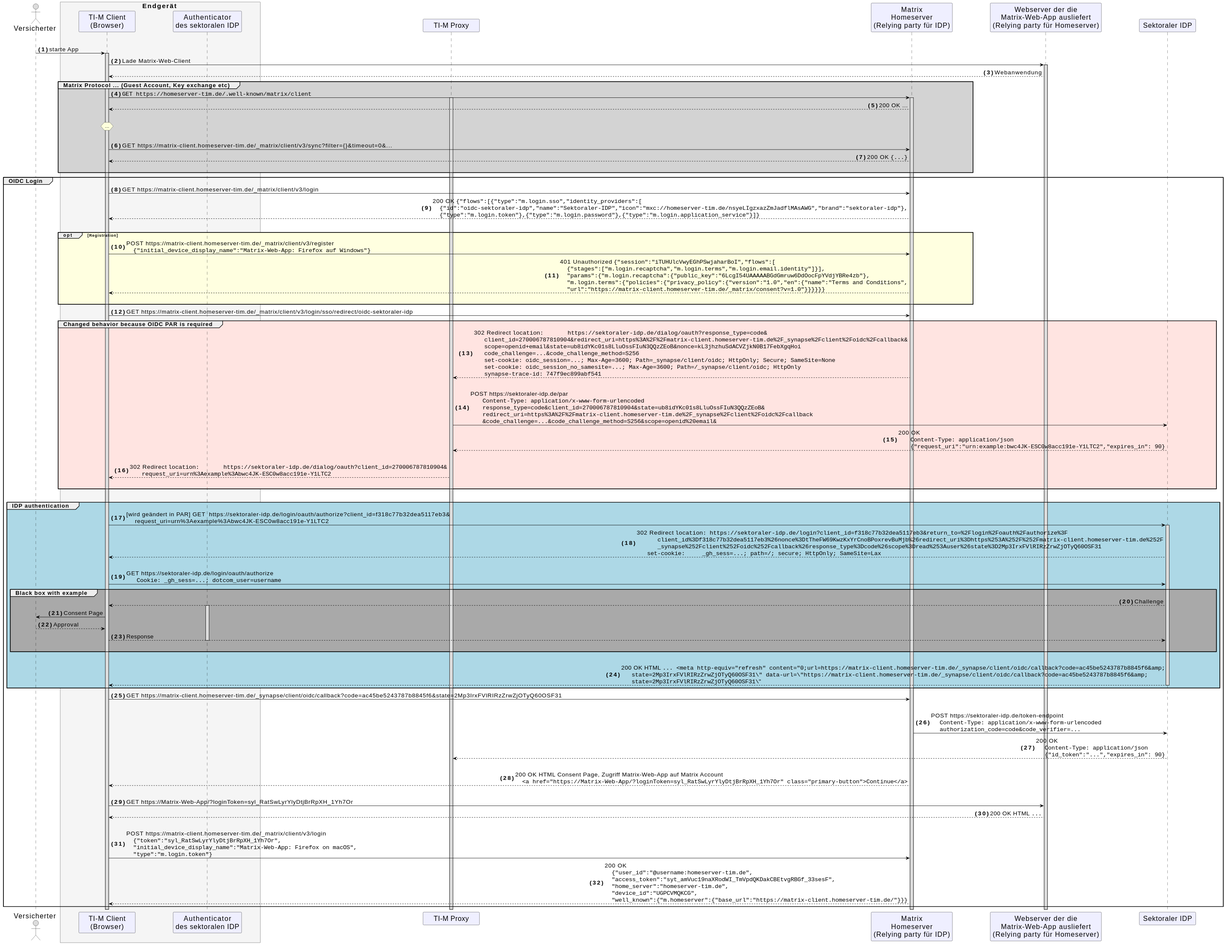
gematik/api-ti-messenger keeps this PlantUML diagram as images/diagrams/TI-Messenger-Dienst/Ressourcen/TI-Messenger_OIDC_Login.svg. Above is the earlier version.
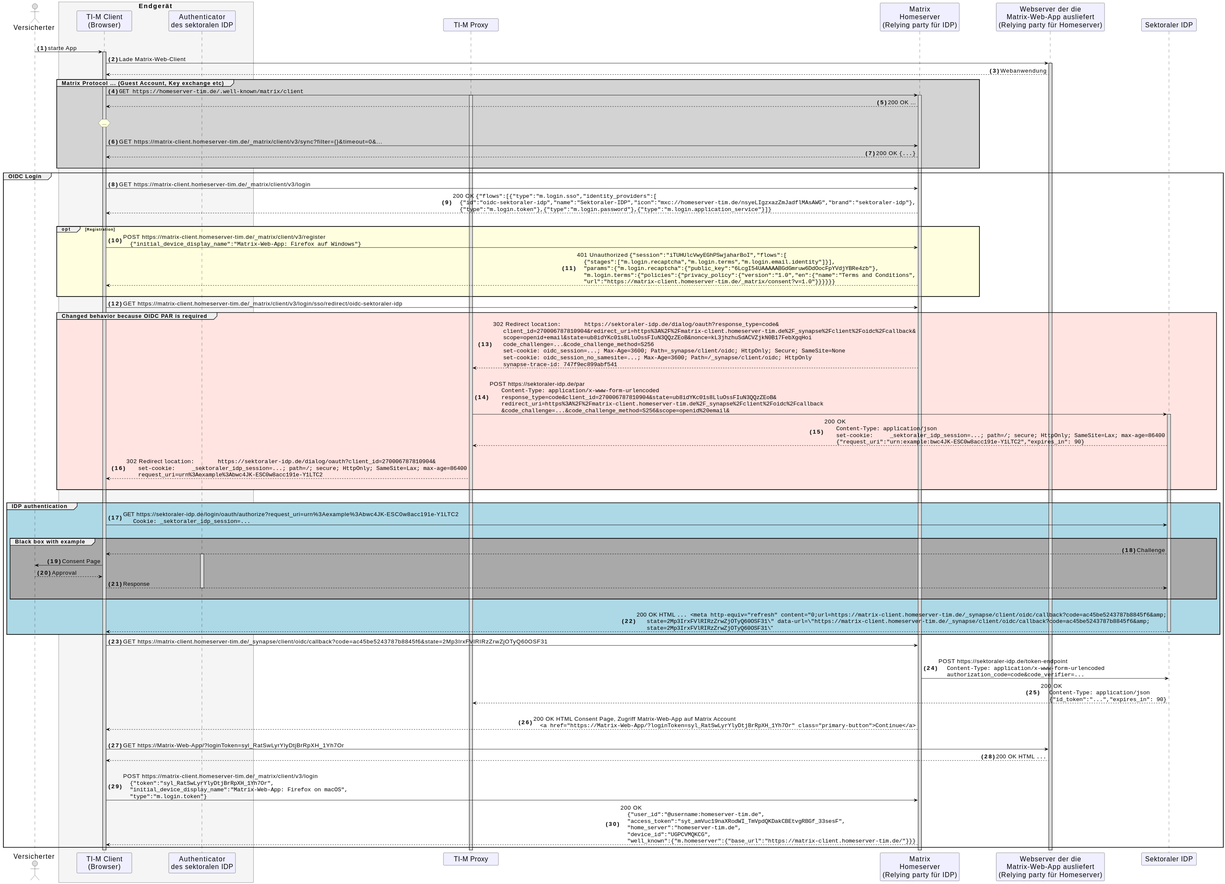
Above is the later version.

Commit message:
Commit from GitHub Actions (GeneratePlantumlImages)

Diff of the diagram source:
```diff
@@ -72,18 +72,16 @@
       hs --> pr: 302 Redirect ""location:	https://sektoraler-idp.de/dialog/oauth?response_type=code&""\n      ""client_id=270006787810904&redirect_uri=https%3A%2F%2Fmatrix-client.homeserver-tim.de%2F_synapse%2Fclient%2Foidc%2Fcallback&""\n      ""scope=openid+email&state=ub8idYKc01s8LluOssFIuN3QQzZEoB&nonce=kL3jhzhuSdACVZjkN0B17FebXgqHoi""\n      ""code_challenge=...&code_challenge_method=S256""\n      ""set-cookie: oidc_session=...; Max-Age=3600; Path=_synapse/client/oidc; HttpOnly; Secure; SameSite=None""\n      ""set-cookie: oidc_session_no_samesite=...; Max-Age=3600; Path=/_synapse/client/oidc; HttpOnly""\n      ""synapse-trace-id: 747f9ec899abf541""
       |||
       pr -> idp: POST https://sektoraler-idp.de/par\n       ""Content-Type: application/x-www-form-urlencoded""\n       ""response_type=code&client_id=270006787810904&state=ub8idYKc01s8LluOssFIuN3QQzZEoB&""\n       ""redirect_uri=https%3A%2F%2Fmatrix-client.homeserver-tim.de%2F_synapse%2Fclient%2Foidc%2Fcallback""\n       ""&code_challenge=...&code_challenge_method=S256&scope=openid%20email&""
-      idp --> pr: 200 OK\n       ""Content-Type: application/json""\n       ""{"request_uri":"urn:example:bwc4JK-ESC0w8acc191e-Y1LTC2","expires_in": 90}""
+      activate idp
+      idp --> pr: 200 OK\n       ""Content-Type: application/json""\n       ""set-cookie:	_sektoraler_idp_session=...; path=/; secure; HttpOnly; SameSite=Lax; max-age=86400""\n       ""{"request_uri":"urn:example:bwc4JK-ESC0w8acc191e-Y1LTC2","expires_in": 90}""
       |||
-      pr --> app: 302 Redirect ""location:	https://sektoraler-idp.de/dialog/oauth?client_id=270006787810904&""\n       ""request_uri=urn%3Aexample%3Abwc4JK-ESC0w8acc191e-Y1LTC2""
+      pr --> app: 302 Redirect ""location:	https://sektoraler-idp.de/dialog/oauth?client_id=270006787810904&""\n       ""set-cookie:	_sektoraler_idp_session=...; path=/; secure; HttpOnly; SameSite=Lax; max-age=86400""\n       ""request_uri=urn%3Aexample%3Abwc4JK-ESC0w8acc191e-Y1LTC2""
       |||
     end 'group
     |||
     group #LightBlue <size:16>IDP authentication</size>
-      app -> idp: [wird geändert in PAR] GET	https://sektoraler-idp.de/login/oauth/authorize?client_id=f318c77b32dea5117eb3&\n     request_uri=urn%3Aexample%3Abwc4JK-ESC0w8acc191e-Y1LTC2
-      activate idp
-      idp --> app: 302 Redirect ""location: https://sektoraler-idp.de/login?client_id=f318c77b32dea5117eb3&return_to=%2Flogin%2Foauth%2Fauthorize%3F""\n	    ""client_id%3Df318c77b32dea5117eb3%26nonce%3DtTheFW69KwzKxYrCnoBPoxrevBuMjb%26redirect_uri%3Dhttps%253A%252F%252Fmatrix-client.homeserver-tim.de%252F""\n	    ""_synapse%252Fclient%252Foidc%252Fcallback%26response_type%3Dcode%26scope%3Dread%253Auser%26state%3D2Mp3IrxFVlRIRzZrwZjOTyQ60OSF31""\n      ""set-cookie:	_gh_sess=...; path=/; secure; HttpOnly; SameSite=Lax""
+      app -> idp: GET	https://sektoraler-idp.de/login/oauth/authorize?request_uri=urn%3Aexample%3Abwc4JK-ESC0w8acc191e-Y1LTC2\n      ""Cookie: _sektoraler_idp_session=...""
       |||
-      app -> idp: GET https://sektoraler-idp.de/login/oauth/authorize\n      ""Cookie: _gh_sess=...; dotcom_user=username""
       group #DarkGray <size:16>Black box with example</size>
         idp --> app: Challenge
         activate au
@@ -92,7 +90,7 @@
         app --> idp: Response
       deactivate au
       |||
-      end ' group
+      end 'group
       |||
       idp --> app: 200 OK HTML ""... <meta http-equiv="refresh" content="0;url=https://matrix-client.homeserver-tim.de/_synapse/client/oidc/callback?code=ac45be5243787b8845f6&amp;""\n      ""state=2Mp3IrxFVlRIRzZrwZjOTyQ60OSF31\" data-url=\"https://matrix-client.homeserver-tim.de/_synapse/client/oidc/callback?code=ac45be5243787b8845f6&amp;""\n      ""state=2Mp3IrxFVlRIRzZrwZjOTyQ60OSF31\"""
       deactivate idp
```
